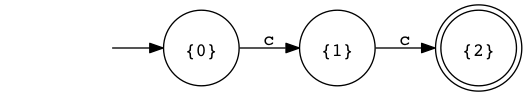
Above: hw2/lexertour/dfa.png in ladinu/cs321 (Graphviz), before the change. Its source is kept beside it as hw2/lexertour/dfa.dot.
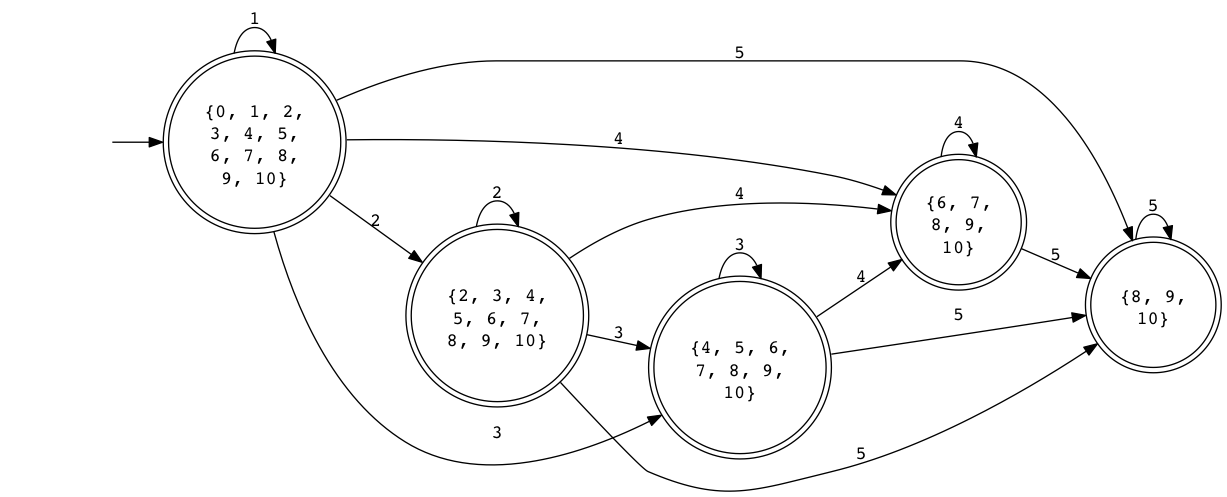
After the change.

Diff of the diagram source:
```diff
@@ -4,9 +4,24 @@
 edge [fontname=Courier];
 start[style=invis];
 start -> 0;
-0[label="{0}", shape=circle];
-0 -> 1[label="c"];
-1[label="{1}", shape=circle];
-1 -> 2[label="c"];
-2[label="{2}", shape=doublecircle];
+0[label="{0, 1, 2,\n3, 4, 5,\n6, 7, 8,\n9, 10}", shape=doublecircle];
+0 -> 1[label="5"];
+0 -> 2[label="4"];
+0 -> 3[label="3"];
+0 -> 4[label="2"];
+0 -> 0[label="1"];
+1[label="{8, 9,\n10}", shape=doublecircle];
+1 -> 1[label="5"];
+2[label="{6, 7,\n8, 9,\n10}", shape=doublecircle];
+2 -> 1[label="5"];
+2 -> 2[label="4"];
+3[label="{4, 5, 6,\n7, 8, 9,\n10}", shape=doublecircle];
+3 -> 1[label="5"];
+3 -> 2[label="4"];
+3 -> 3[label="3"];
+4[label="{2, 3, 4,\n5, 6, 7,\n8, 9, 10}", shape=doublecircle];
+4 -> 1[label="5"];
+4 -> 2[label="4"];
+4 -> 3[label="3"];
+4 -> 4[label="2"];
 }
```
